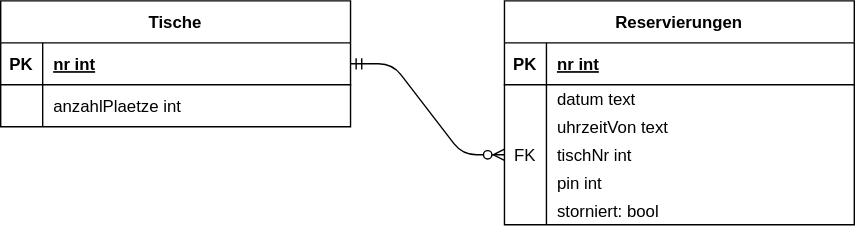
Before: diagramme/Entity-Relationship.drawio.svg, a diagram exported from draw.io (gsoTH/tischreservierung). Source tidied: cells renumbered, new cells last; positions are measured from the earlier drawing's top-left corner, leaving out a move shared by most shapes.
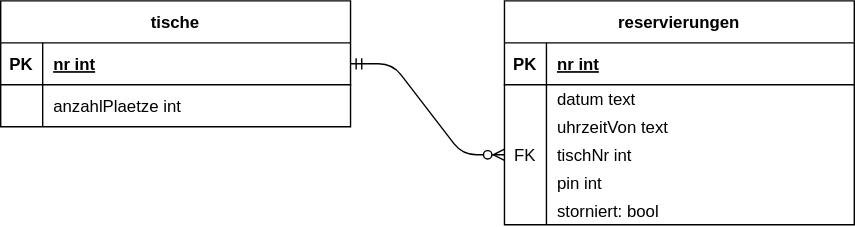
Above is the later version.

What changed in the source:
```diff
@@ -5,7 +5,7 @@
     <mxCell id="2" style="edgeStyle=entityRelationEdgeStyle;endArrow=ERzeroToMany;startArrow=ERmandOne;endFill=1;startFill=0;exitX=1;exitY=0.5;exitDx=0;exitDy=0;" parent="1" edge="1" source="23" target="13">
       <mxGeometry relative="1" as="geometry" />
     </mxCell>
-    <mxCell id="3" value="Reservierungen" style="shape=table;startSize=30;rowLines=0;fontStyle=1;align=center;" parent="1" vertex="1">
+    <mxCell id="3" value="reservierungen" style="shape=table;startSize=30;rowLines=0;fontStyle=1;align=center;" parent="1" vertex="1">
       <mxGeometry x="360" width="250" height="160" as="geometry" />
     </mxCell>
     <mxCell id="4" style="shape=partialRectangle;fillColor=none;top=0;left=0;right=0;bottom=1;" parent="3" vertex="1">
@@ -62,7 +62,7 @@
     <mxCell id="21" value="storniert: bool" style="shape=partialRectangle;overflow=hidden;fillColor=none;top=0;left=0;bottom=0;right=0;align=left;spacingLeft=6;" parent="19" vertex="1">
       <mxGeometry x="30" width="220" height="20" as="geometry" />
     </mxCell>
-    <mxCell id="22" value="Tische" style="shape=table;startSize=30;rowLines=0;fontStyle=1;align=center;" parent="1" vertex="1">
+    <mxCell id="22" value="tische" style="shape=table;startSize=30;rowLines=0;fontStyle=1;align=center;" parent="1" vertex="1">
       <mxGeometry width="250" height="90" as="geometry" />
     </mxCell>
     <mxCell id="23" style="shape=partialRectangle;fillColor=none;points=[[0,0.5],[1,0.5]];portConstraint=eastwest;top=0;left=0;right=0;bottom=1;" parent="22" vertex="1">
```
